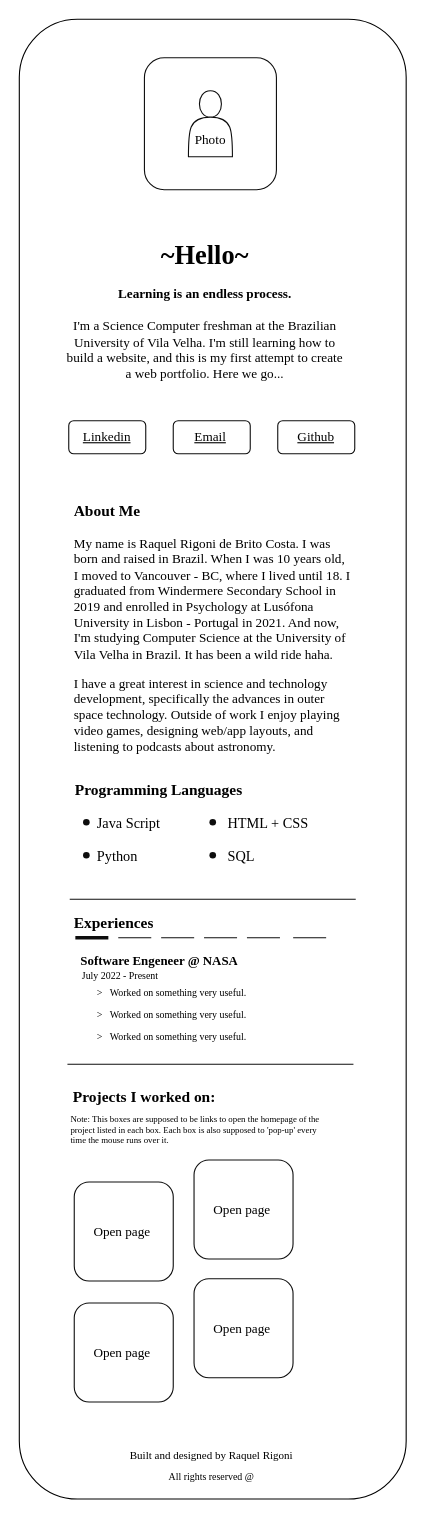
The draw.io diagram Portfolio Layout.drawio in raqlr/WebCC1M, before the edit. Source tidied: cells renumbered, new cells numbered last; positions are measured from the earlier drawing's top-left corner, leaving out a move shared by most shapes. Both pictures are drawn from the tidied source at 110%, with x=0, y=0 at pixel (-528, 57).
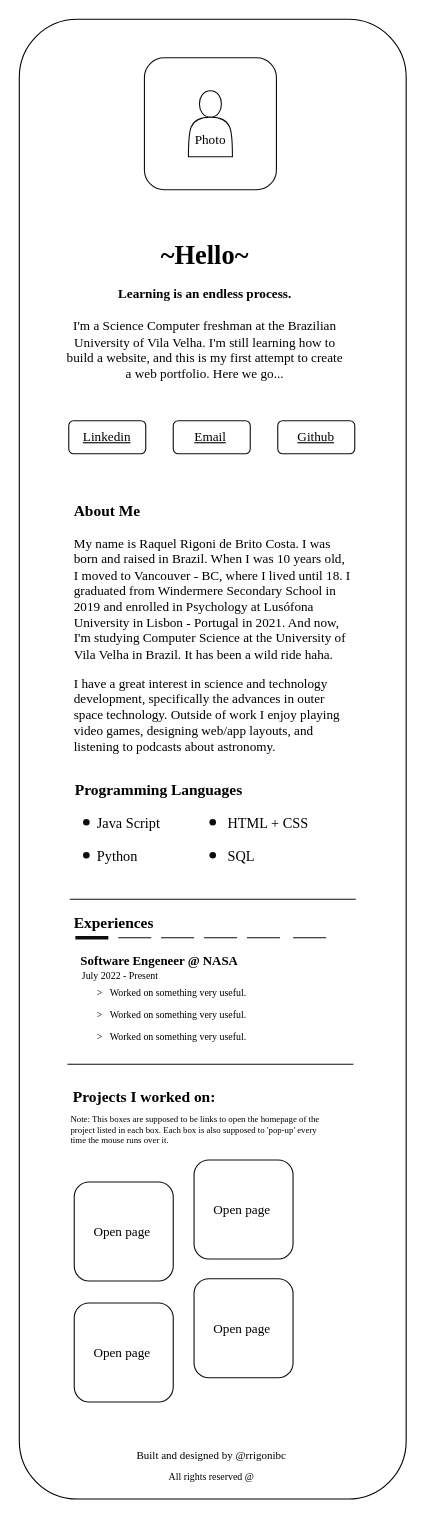
After the change.

Commit message:
Actualizar Portfolio Layout (Mobile).drawio

Diff of the diagram source:
```diff
@@
-    <mxCell id="34" value="Built and designed by Raquel Rigoni" style="text;html=1;strokeColor=none;fillColor=none;align=center;verticalAlign=middle;whiteSpace=wrap;rounded=1;shadow=0;glass=0;fontFamily=Times New Roman;fontSize=10;opacity=95;" parent="1" vertex="1">
+    <mxCell id="34" value="Built and designed by @rrigonibc" style="text;html=1;strokeColor=none;fillColor=none;align=center;verticalAlign=middle;whiteSpace=wrap;rounded=1;shadow=0;glass=0;fontFamily=Times New Roman;fontSize=10;opacity=95;" parent="1" vertex="1">
       <mxGeometry x="582" y="1260" width="180" height="20" as="geometry" />
     </mxCell>
```
